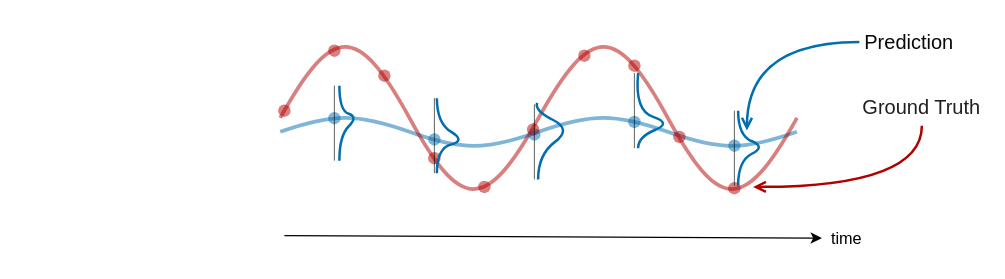
The draw.io diagram page "05" (6 of 15) of figures/imputation_metrics/time_series.drawio in joshuawe/sepsis, before the edit. Source tidied: cells renumbered, new cells numbered last; positions are measured from the earlier drawing's top-left corner, leaving out a move shared by most shapes. Both pictures are drawn from the tidied source at 125%, with x=0, y=0 at pixel (21, 22).
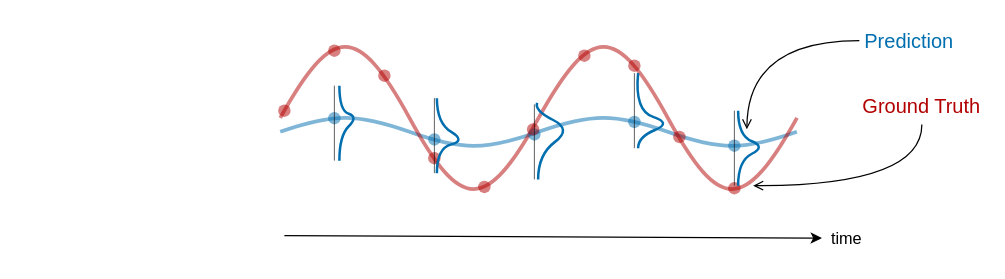
The same diagram, later.

Diff of the diagram source:
```diff
@@
-    <mxCell id="8" style="edgeStyle=orthogonalEdgeStyle;curved=1;html=1;fontSize=16;endArrow=open;endFill=0;strokeColor=#006eaf;strokeWidth=2;" parent="1" edge="1" source="9">
-      <mxGeometry relative="1" as="geometry">
-        <mxPoint x="580" y="86" as="targetPoint" />
-      </mxGeometry>
-    </mxCell>
-    <mxCell id="9" value="Prediction" style="text;html=1;strokeColor=none;fillColor=none;align=center;verticalAlign=middle;whiteSpace=wrap;rounded=0;strokeWidth=3;fontSize=16;fontColor=#0a0a0a;" parent="1" vertex="1">
-      <mxGeometry x="670" width="80" height="30" as="geometry" />
-    </mxCell>
-    <mxCell id="10" style="edgeStyle=orthogonalEdgeStyle;curved=1;html=1;exitX=0.5;exitY=1;exitDx=0;exitDy=0;fontSize=16;endArrow=open;endFill=0;strokeColor=#b20000;strokeWidth=2;" parent="1" edge="1" source="11">
-      <mxGeometry relative="1" as="geometry">
-        <mxPoint x="585" y="131" as="targetPoint" />
-        <Array as="points">
-          <mxPoint x="720" y="131" />
-        </Array>
-      </mxGeometry>
-    </mxCell>
-    <mxCell id="11" value="Ground Truth" style="text;html=1;strokeColor=none;fillColor=none;align=center;verticalAlign=middle;whiteSpace=wrap;rounded=0;strokeWidth=3;fontSize=16;fontColor=#201e1e;" parent="1" vertex="1">
-      <mxGeometry x="670" y="52" width="100" height="30" as="geometry" />
-    </mxCell>
@@
+    <mxCell id="42" parent="0" />
+    <mxCell id="43" style="edgeStyle=orthogonalEdgeStyle;curved=1;html=1;fontSize=16;endArrow=open;endFill=0;" parent="42" edge="1" source="9">
+      <mxGeometry relative="1" as="geometry">
+        <mxPoint x="580" y="85" as="targetPoint" />
+      </mxGeometry>
+    </mxCell>
+    <mxCell id="9" value="Prediction" style="text;html=1;strokeColor=none;fillColor=none;align=center;verticalAlign=middle;whiteSpace=wrap;rounded=0;strokeWidth=3;fontSize=16;fontColor=#006eaf;" parent="42" vertex="1">
+      <mxGeometry x="670" y="-1" width="80" height="30" as="geometry" />
+    </mxCell>
+    <mxCell id="44" style="edgeStyle=orthogonalEdgeStyle;curved=1;html=1;exitX=0.5;exitY=1;exitDx=0;exitDy=0;fontSize=16;endArrow=open;endFill=0;" parent="42" edge="1" source="11">
+      <mxGeometry relative="1" as="geometry">
+        <mxPoint x="585" y="130" as="targetPoint" />
+        <Array as="points">
+          <mxPoint x="720" y="130" />
+        </Array>
+      </mxGeometry>
+    </mxCell>
+    <mxCell id="11" value="Ground Truth" style="text;html=1;strokeColor=none;fillColor=none;align=center;verticalAlign=middle;whiteSpace=wrap;rounded=0;strokeWidth=3;fontSize=16;fontColor=#b20000;" parent="42" vertex="1">
+      <mxGeometry x="670" y="51" width="100" height="30" as="geometry" />
+    </mxCell>
```
